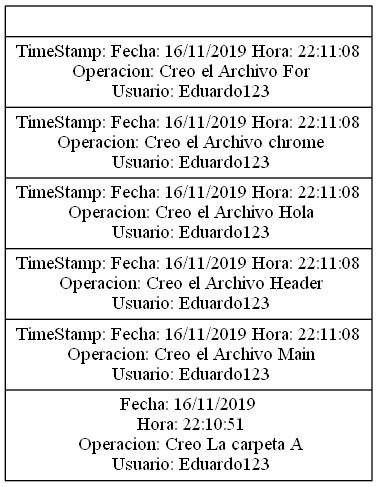
Above: Proyecto2/Bitacora.png in Eduardo01004/EDD_2S2019_PY2_201612124 (Graphviz), before the change. Its source is kept beside it as Proyecto2/Bitacora.dot. The source it was exported from:
```dot
digraph G{ rankdir=LR;
node [shape= record, width=.1,height=.1];

nodeTable [label = "
|TimeStamp: Fecha: 16/11/2019 Hora: 22:11:08&#92;n Operacion:  Creo el Archivo For&#92;n  Usuario: Eduardo123
|TimeStamp: Fecha: 16/11/2019 Hora: 22:11:08&#92;n Operacion:  Creo el Archivo chrome&#92;n  Usuario: Eduardo123
|TimeStamp: Fecha: 16/11/2019 Hora: 22:11:08&#92;n Operacion:  Creo el Archivo Hola&#92;n  Usuario: Eduardo123
|TimeStamp: Fecha: 16/11/2019 Hora: 22:11:08&#92;n Operacion:  Creo el Archivo Header&#92;n  Usuario: Eduardo123
|TimeStamp: Fecha: 16/11/2019 Hora: 22:11:08&#92;n Operacion:  Creo el Archivo Main&#92;n  Usuario: Eduardo123
|Fecha: 16/11/2019&#92;n Hora: 22:10:51&#92;n Operacion:  Creo La carpeta A&#92;n  Usuario: Eduardo123
"];
}
```
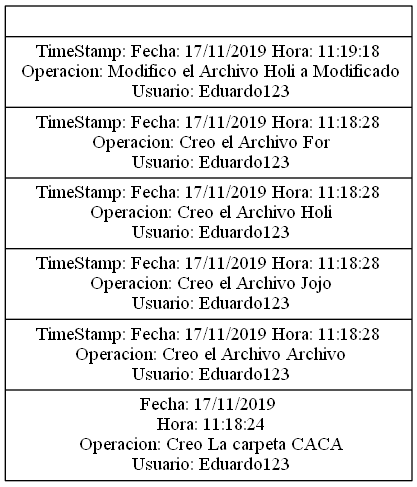
After the commit.

Change to the diagram source:
```diff
@@ -2,11 +2,11 @@
 node [shape= record, width=.1,height=.1];
 
 nodeTable [label = "
-|TimeStamp: Fecha: 16/11/2019 Hora: 22:11:08&#92;n Operacion:  Creo el Archivo For&#92;n  Usuario: Eduardo123
-|TimeStamp: Fecha: 16/11/2019 Hora: 22:11:08&#92;n Operacion:  Creo el Archivo chrome&#92;n  Usuario: Eduardo123
-|TimeStamp: Fecha: 16/11/2019 Hora: 22:11:08&#92;n Operacion:  Creo el Archivo Hola&#92;n  Usuario: Eduardo123
-|TimeStamp: Fecha: 16/11/2019 Hora: 22:11:08&#92;n Operacion:  Creo el Archivo Header&#92;n  Usuario: Eduardo123
-|TimeStamp: Fecha: 16/11/2019 Hora: 22:11:08&#92;n Operacion:  Creo el Archivo Main&#92;n  Usuario: Eduardo123
-|Fecha: 16/11/2019&#92;n Hora: 22:10:51&#92;n Operacion:  Creo La carpeta A&#92;n  Usuario: Eduardo123
+|TimeStamp: Fecha: 17/11/2019 Hora: 11:19:18&#92;n Operacion:  Modifico el Archivo Holi a Modificado&#92;n  Usuario: Eduardo123
+|TimeStamp: Fecha: 17/11/2019 Hora: 11:18:28&#92;n Operacion:  Creo el Archivo For&#92;n  Usuario: Eduardo123
+|TimeStamp: Fecha: 17/11/2019 Hora: 11:18:28&#92;n Operacion:  Creo el Archivo Holi&#92;n  Usuario: Eduardo123
+|TimeStamp: Fecha: 17/11/2019 Hora: 11:18:28&#92;n Operacion:  Creo el Archivo Jojo&#92;n  Usuario: Eduardo123
+|TimeStamp: Fecha: 17/11/2019 Hora: 11:18:28&#92;n Operacion:  Creo el Archivo Archivo&#92;n  Usuario: Eduardo123
+|Fecha: 17/11/2019&#92;n Hora: 11:18:24&#92;n Operacion:  Creo La carpeta CACA&#92;n  Usuario: Eduardo123
 "];
 }
```
